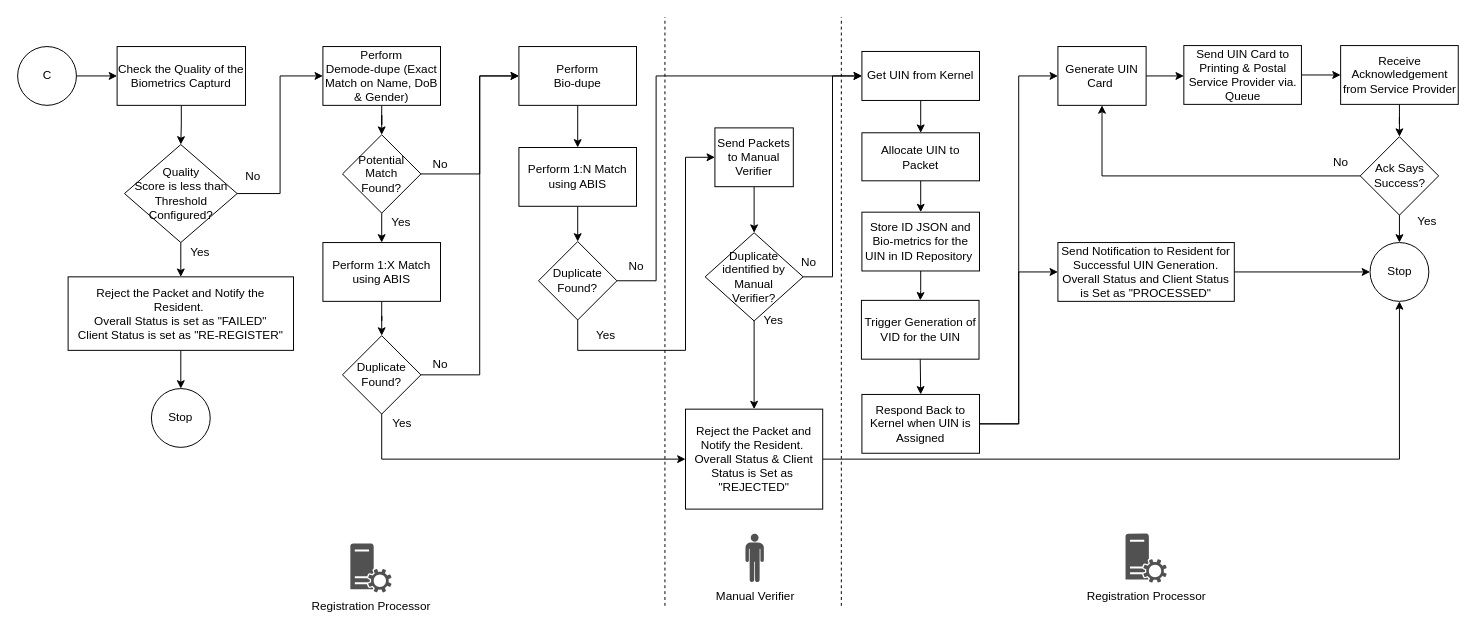
Before: page "new_packet_processing_part_2" (4 of 9) of docs/_sources/reg_processor/reg_proc_process_flow.drawio in mosip/documentation, a draw.io diagram. Source tidied: cells renumbered, new cells numbered last; positions are measured from the earlier drawing's top-left corner, leaving out a move shared by most shapes. Both pictures are drawn from the tidied source at 98%, with x=0, y=0 at pixel (18, 17).
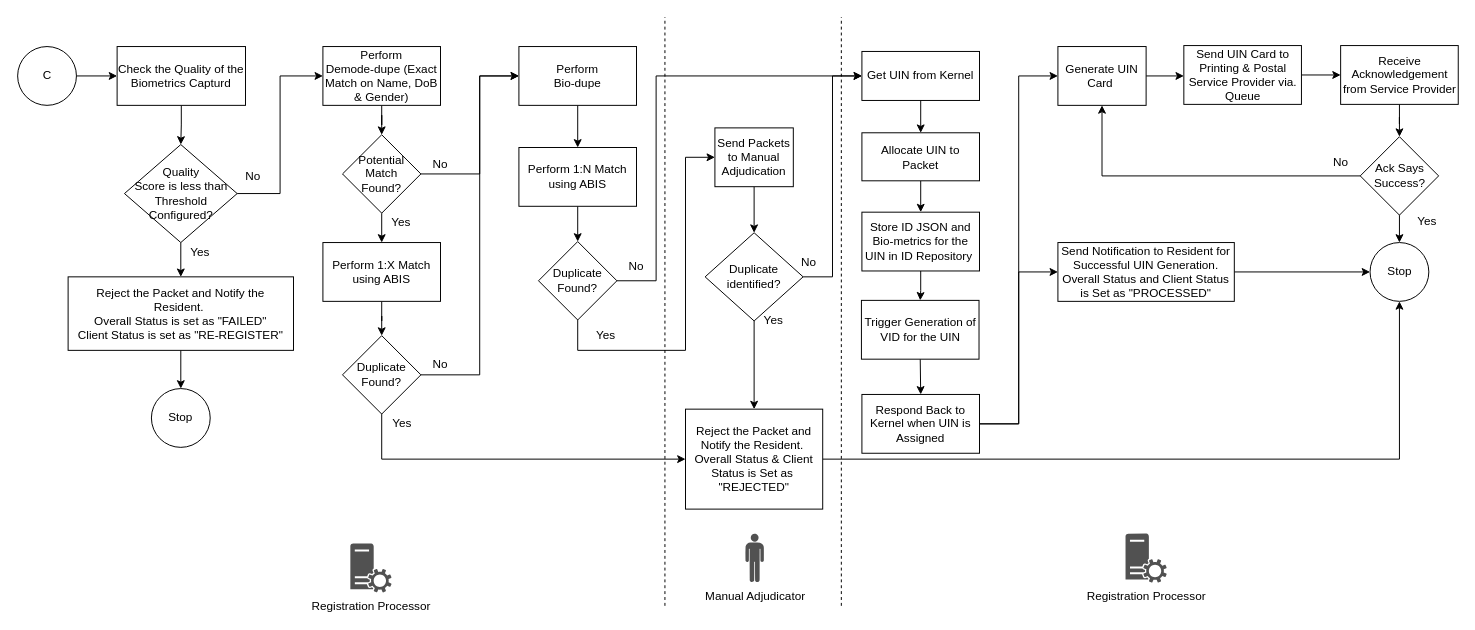
Above is the later version.

Diff of the diagram source:
```diff
@@
-    <mxCell id="60" value="Send Packets to Manual Verifier" style="rounded=0;whiteSpace=wrap;html=1;" parent="1" vertex="1">
+    <mxCell id="60" value="Send Packets to Manual Adjudication" style="rounded=0;whiteSpace=wrap;html=1;" parent="1" vertex="1">
       <mxGeometry x="711" y="113" width="80" height="60" as="geometry" />
     </mxCell>
@@
-    <mxCell id="63" value="&lt;span&gt;Duplicate identified by Manual&lt;br&gt;Verifier?&lt;/span&gt;" style="rhombus;whiteSpace=wrap;html=1;" parent="1" vertex="1">
+    <mxCell id="63" value="&lt;span&gt;Duplicate identified?&lt;/span&gt;" style="rhombus;whiteSpace=wrap;html=1;" parent="1" vertex="1">
       <mxGeometry x="701" y="220" width="100" height="90" as="geometry" />
     </mxCell>
@@
-    <mxCell id="71" value="Manual Verifier" style="verticalLabelPosition=bottom;html=1;fillColor=#515151;verticalAlign=top;align=center;shape=mxgraph.cisco_safe.design.actor_2;dashed=1;" parent="1" vertex="1">
+    <mxCell id="71" value="Manual Adjudicator" style="verticalLabelPosition=bottom;html=1;fillColor=#515151;verticalAlign=top;align=center;shape=mxgraph.cisco_safe.design.actor_2;dashed=1;" parent="1" vertex="1">
       <mxGeometry x="742" y="527" width="19" height="50" as="geometry" />
     </mxCell>
```
